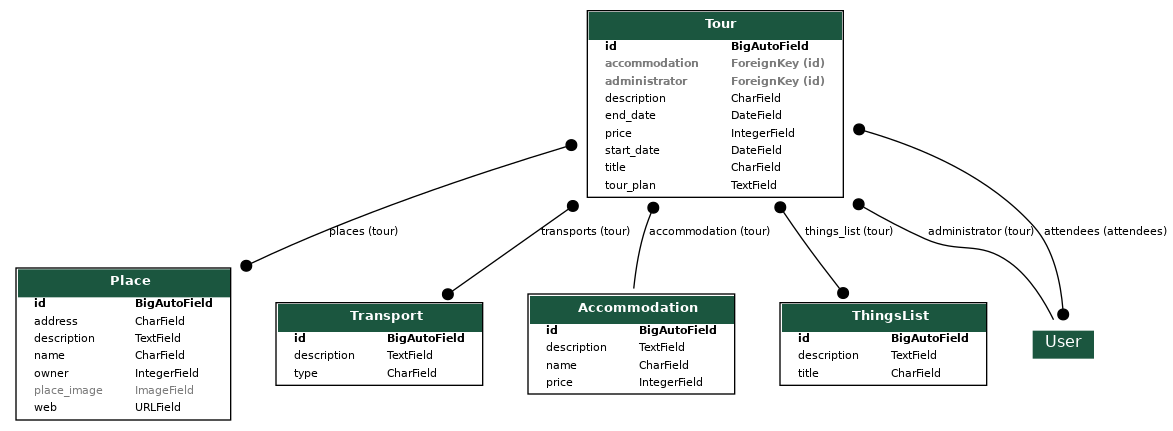
Earlier version of the Graphviz export mytour_website/diagrams/tours_models.png (wojti1728/mytour_website). Its source is kept beside it as mytour_website/diagrams/tours_models.dot.
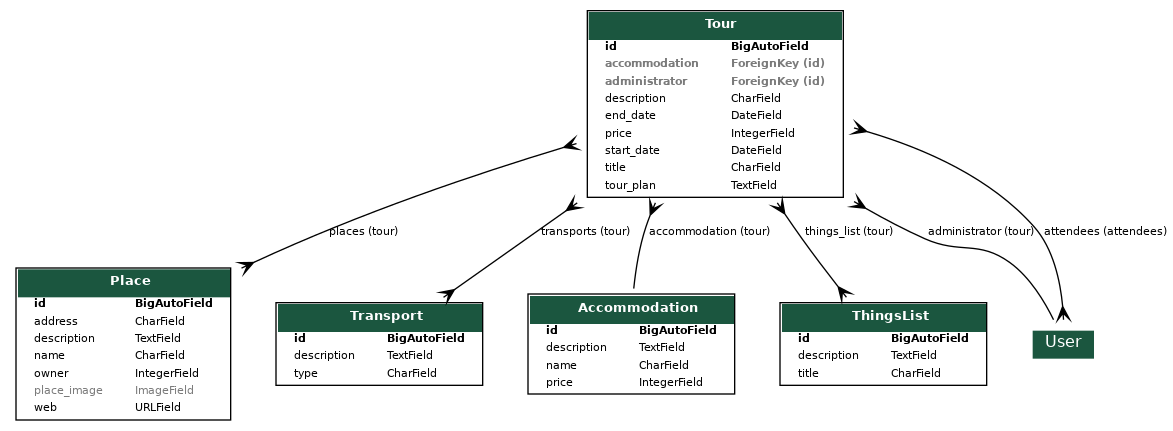
Above is the later version.

Commit message:
diagrams details

The edit, as a diff of the source:
```diff
@@ -287,13 +287,13 @@
   </TABLE>
   >]
   tours_models_Tour -> django_contrib_auth_models_User
-  [label=" administrator (tour)"] [arrowhead=none, arrowtail=dot, dir=both];
+  [label=" administrator (tour)"] [arrowhead=none, arrowtail=crow, dir=both];
 
   tours_models_Tour -> tours_models_Accommodation
-  [label=" accommodation (tour)"] [arrowhead=none, arrowtail=dot, dir=both];
+  [label=" accommodation (tour)"] [arrowhead=none, arrowtail=crow, dir=both];
 
   tours_models_Tour -> tours_models_Transport
-  [label=" transports (tour)"] [arrowhead=dot arrowtail=dot, dir=both];
+  [label=" transports (tour)"] [arrowhead=crow arrowtail=crow, dir=both];
   django_contrib_auth_models_User [label=<
   <TABLE BGCOLOR="white" BORDER="0" CELLBORDER="0" CELLSPACING="0">
   <TR><TD COLSPAN="2" CELLPADDING="4" ALIGN="CENTER" BGCOLOR="#1b563f">
@@ -302,13 +302,13 @@
   </TABLE>
   >]
   tours_models_Tour -> django_contrib_auth_models_User
-  [label=" attendees (attendees)"] [arrowhead=dot arrowtail=dot, dir=both];
+  [label=" attendees (attendees)"] [arrowhead=crow arrowtail=crow, dir=both];
 
   tours_models_Tour -> tours_models_Place
-  [label=" places (tour)"] [arrowhead=dot arrowtail=dot, dir=both];
+  [label=" places (tour)"] [arrowhead=crow arrowtail=crow, dir=both];
 
   tours_models_Tour -> tours_models_ThingsList
-  [label=" things_list (tour)"] [arrowhead=dot arrowtail=dot, dir=both];
+  [label=" things_list (tour)"] [arrowhead=crow arrowtail=crow, dir=both];
 
 
 }
```
